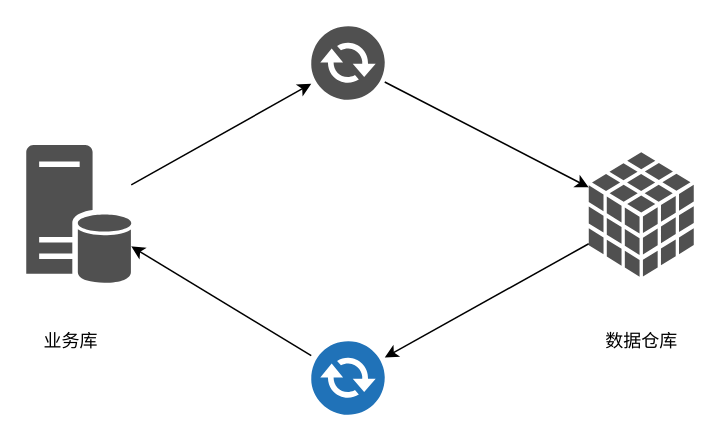
Earlier version of the draw.io diagram page "data_sync1" (1 of 4) of 数据同步范畴.drawio (wangbin2188/draw). Source tidied: cells renumbered, new cells numbered last; positions are measured from the earlier drawing's top-left corner, leaving out a move shared by most shapes. Both pictures are drawn from the tidied source at 150%, with x=0, y=0 at pixel (26, 26).
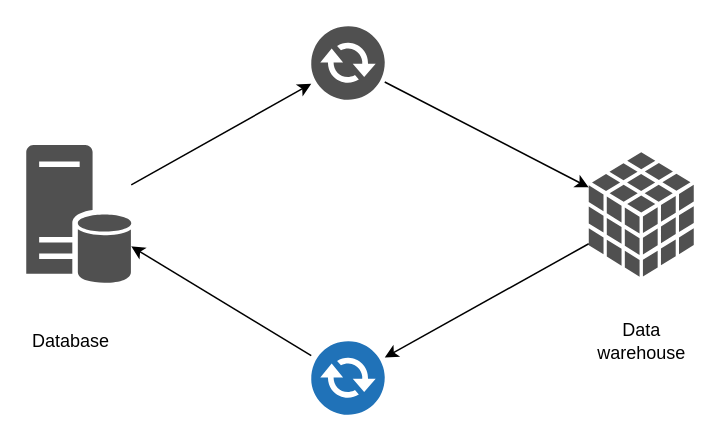
The same diagram, later.

The edit, as a diff of the source:
```diff
@@
 <mxGraphModel>
   <root>
     <mxCell id="0" />
     <mxCell id="1" parent="0" />
-    <mxCell id="2" value="业务库" style="text;html=1;strokeColor=none;fillColor=none;align=center;verticalAlign=middle;whiteSpace=wrap;rounded=0;" parent="1" vertex="1">
+    <mxCell id="2" value="Database" style="text;html=1;strokeColor=none;fillColor=none;align=center;verticalAlign=middle;whiteSpace=wrap;rounded=0;" parent="1" vertex="1">
       <mxGeometry y="200" width="60" height="20" as="geometry" />
     </mxCell>
-    <mxCell id="3" value="数据仓库" style="text;html=1;strokeColor=none;fillColor=none;align=center;verticalAlign=middle;whiteSpace=wrap;rounded=0;" parent="1" vertex="1">
+    <mxCell id="3" value="Data warehouse" style="text;html=1;strokeColor=none;fillColor=none;align=center;verticalAlign=middle;whiteSpace=wrap;rounded=0;" parent="1" vertex="1">
       <mxGeometry x="370" y="200" width="81" height="20" as="geometry" />
     </mxCell>
     <mxCell id="4" style="edgeStyle=none;rounded=0;jettySize=auto;html=1;" parent="1" edge="1" source="5" target="11">
       <mxGeometry relative="1" as="geometry" />
     </mxCell>
     <mxCell id="5" style="shadow=0;dashed=0;html=1;strokeColor=none;fillColor=#505050;labelPosition=center;verticalLabelPosition=bottom;verticalAlign=top;outlineConnect=0;align=center;shape=mxgraph.office.databases.database_cube;" parent="1" vertex="1">
       <mxGeometry x="375" y="84" width="70" height="83" as="geometry" />
     </mxCell>
     <mxCell id="6" style="rounded=0;jettySize=auto;html=1;" parent="1" edge="1" source="7" target="9">
       <mxGeometry relative="1" as="geometry" />
     </mxCell>
     <mxCell id="7" style="shadow=0;dashed=0;html=1;strokeColor=none;fillColor=#505050;labelPosition=center;verticalLabelPosition=bottom;verticalAlign=top;outlineConnect=0;align=center;shape=mxgraph.office.databases.database_server;" parent="1" vertex="1">
       <mxGeometry y="79.1" width="70" height="92.8" as="geometry" />
     </mxCell>
     <mxCell id="8" style="rounded=0;jettySize=auto;html=1;" parent="1" edge="1" source="9" target="5">
       <mxGeometry relative="1" as="geometry" />
     </mxCell>
     <mxCell id="9" style="shadow=0;dashed=0;html=1;strokeColor=none;fillColor=#505050;labelPosition=center;verticalLabelPosition=bottom;verticalAlign=top;outlineConnect=0;align=center;shape=mxgraph.office.communications.exchange_active_sync;" parent="1" vertex="1">
       <mxGeometry x="190" width="49" height="49" as="geometry" />
     </mxCell>
     <mxCell id="10" style="edgeStyle=none;rounded=0;jettySize=auto;html=1;" parent="1" edge="1" source="11" target="7">
       <mxGeometry relative="1" as="geometry" />
     </mxCell>
     <mxCell id="11" style="shadow=0;dashed=0;html=1;strokeColor=none;fillColor=#505050;labelPosition=center;verticalLabelPosition=bottom;verticalAlign=top;outlineConnect=0;align=center;shape=mxgraph.office.communications.exchange_active_sync;fillColor=#2072B8;" parent="1" vertex="1">
       <mxGeometry x="190" y="210" width="49" height="49" as="geometry" />
     </mxCell>
   </root>
 </mxGraphModel>
```
